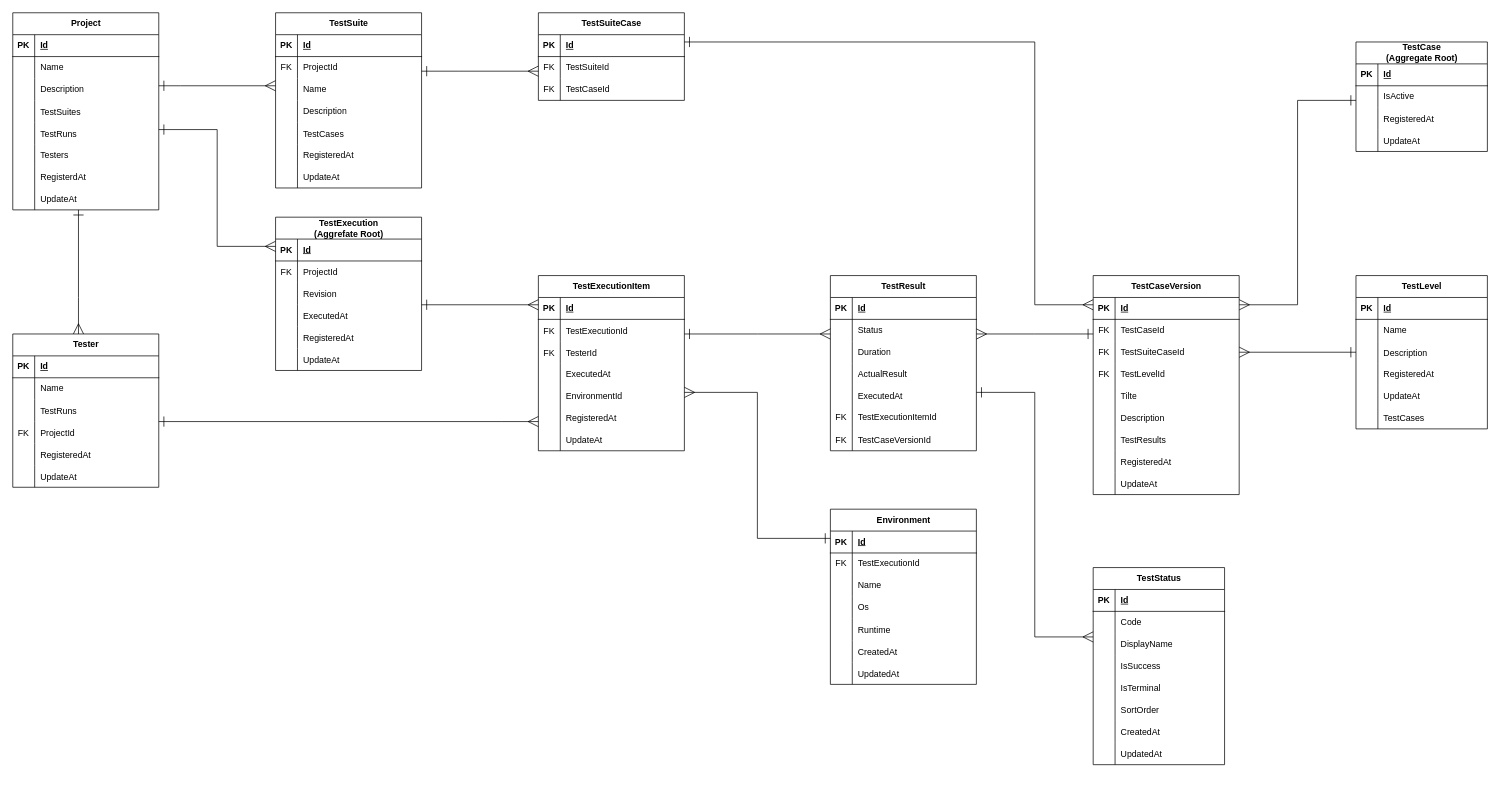
CountrySideEngineer/TestManagement keeps this draw.io diagram as page "テスト結果管理" (1 of 4) of doc/design/ER_diagram.drawio. Above is the earlier version. Source tidied: cells renumbered, new cells numbered last; positions are measured from the earlier drawing's top-left corner, leaving out a move shared by most shapes. Both pictures are drawn from the tidied source at 73%, with x=0, y=0 at pixel (12, 12).
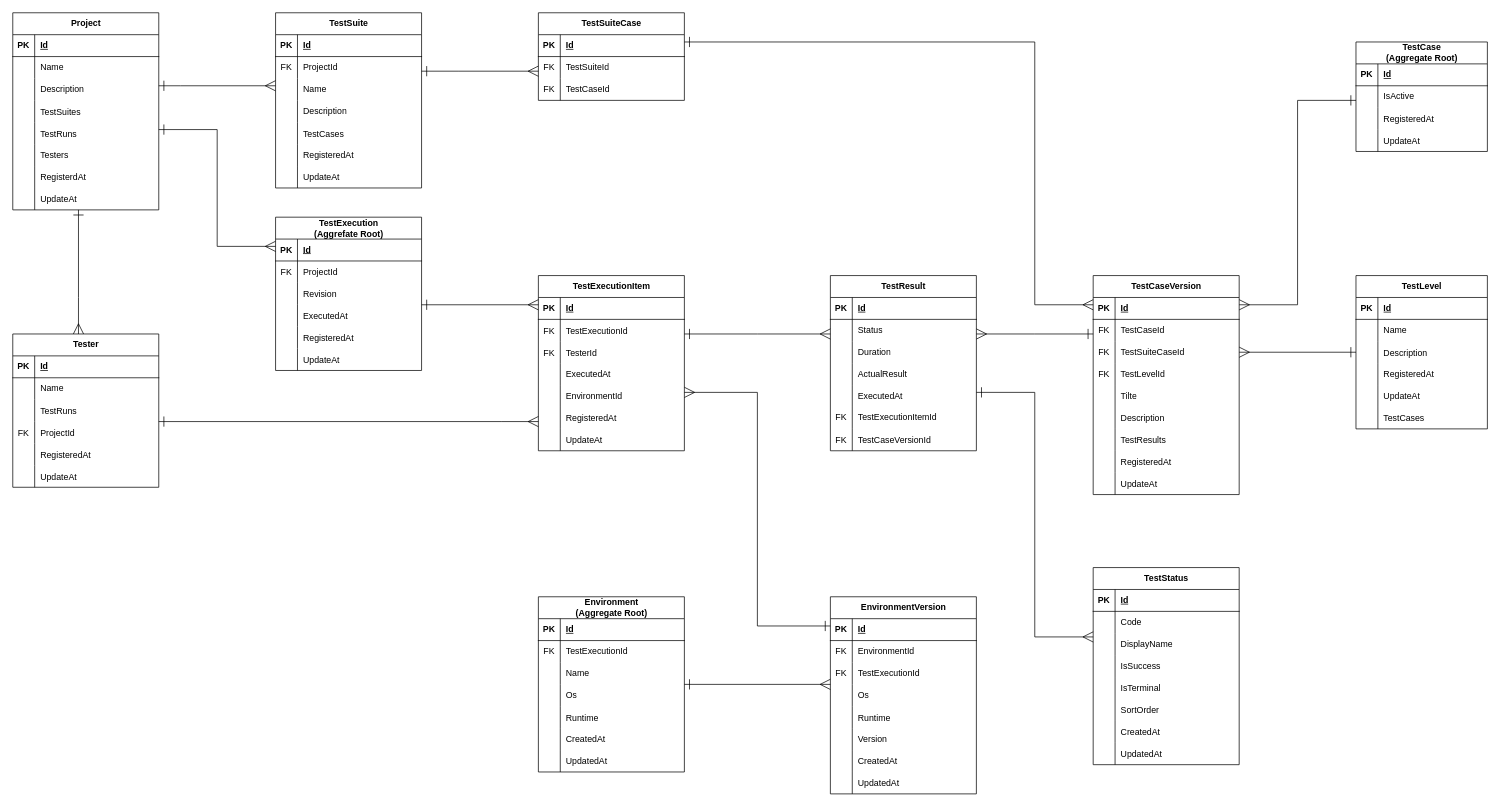
Above is the later version.

The change refers to these unchanged cells:
```xml
<mxCell id="239" value="TestExecutionItem" style="shape=table;startSize=30;childLayout=tableLayout;rowLines=0;fontStyle=1;align=center;html=1;" parent="1" vertex="1">
  <mxGeometry x="720" y="360" width="200" height="240" as="geometry" />
</mxCell>
```

What changed in the source:
```diff
@@
-    <mxCell id="17" style="edgeStyle=orthogonalEdgeStyle;rounded=0;jettySize=auto;html=1;startArrow=ERone;startFill=0;endArrow=ERmany;endFill=0;startSize=12;endSize=12;" parent="1" edge="1" source="216" target="239">
+    <mxCell id="17" style="edgeStyle=orthogonalEdgeStyle;rounded=0;jettySize=auto;html=1;startArrow=ERone;startFill=0;endArrow=ERmany;endFill=0;startSize=12;endSize=12;" parent="1" edge="1" source="262" target="239">
       <mxGeometry relative="1" as="geometry">
         <Array as="points">
-          <mxPoint x="1020" y="720" />
+          <mxPoint x="1020" y="840" />
           <mxPoint x="1020" y="520" />
         </Array>
       </mxGeometry>
     </mxCell>
@@
     <mxCell id="191" value="TestStatus" style="shape=table;startSize=30;childLayout=tableLayout;rowLines=0;fontStyle=1;align=center;html=1;" parent="1" vertex="1">
-      <mxGeometry x="1480" y="760" width="180" height="270" as="geometry" />
+      <mxGeometry x="1480" y="760" width="200" height="270" as="geometry" />
     </mxCell>
     <mxCell id="192" style="shape=tableRow;horizontal=0;startSize=0;swimlaneHead=0;swimlaneBody=0;fillColor=none;top=0;left=0;right=0;bottom=1;" parent="191" vertex="1">
-      <mxGeometry y="30" width="180" height="30" as="geometry" />
+      <mxGeometry y="30" width="200" height="30" as="geometry" />
     </mxCell>
@@
     <mxCell id="194" value="Id" style="shape=partialRectangle;fillColor=none;top=0;left=0;bottom=0;right=0;align=left;spacingLeft=6;fontStyle=5;overflow=hidden;whiteSpace=wrap;html=1;" parent="192" vertex="1">
-      <mxGeometry x="30" width="150" height="30" as="geometry" />
+      <mxGeometry x="30" width="170" height="30" as="geometry" />
     </mxCell>
     <mxCell id="195" style="shape=tableRow;horizontal=0;startSize=0;swimlaneHead=0;swimlaneBody=0;fillColor=none;top=0;left=0;right=0;bottom=0;" parent="191" vertex="1">
-      <mxGeometry y="60" width="180" height="30" as="geometry" />
+      <mxGeometry y="60" width="200" height="30" as="geometry" />
     </mxCell>
@@
     <mxCell id="197" value="Code" style="shape=partialRectangle;fillColor=none;top=0;left=0;bottom=0;right=0;align=left;spacingLeft=6;overflow=hidden;whiteSpace=wrap;html=1;" parent="195" vertex="1">
-      <mxGeometry x="30" width="150" height="30" as="geometry" />
+      <mxGeometry x="30" width="170" height="30" as="geometry" />
     </mxCell>
     <mxCell id="198" style="shape=tableRow;horizontal=0;startSize=0;swimlaneHead=0;swimlaneBody=0;fillColor=none;top=0;left=0;right=0;bottom=0;" parent="191" vertex="1">
-      <mxGeometry y="90" width="180" height="30" as="geometry" />
+      <mxGeometry y="90" width="200" height="30" as="geometry" />
     </mxCell>
@@
     <mxCell id="200" value="DisplayName" style="shape=partialRectangle;fillColor=none;top=0;left=0;bottom=0;right=0;align=left;spacingLeft=6;overflow=hidden;whiteSpace=wrap;html=1;" parent="198" vertex="1">
-      <mxGeometry x="30" width="150" height="30" as="geometry" />
+      <mxGeometry x="30" width="170" height="30" as="geometry" />
     </mxCell>
     <mxCell id="201" style="shape=tableRow;horizontal=0;startSize=0;swimlaneHead=0;swimlaneBody=0;fillColor=none;top=0;left=0;right=0;bottom=0;" parent="191" vertex="1">
-      <mxGeometry y="120" width="180" height="30" as="geometry" />
+      <mxGeometry y="120" width="200" height="30" as="geometry" />
     </mxCell>
@@
     <mxCell id="203" value="IsSuccess" style="shape=partialRectangle;fillColor=none;top=0;left=0;bottom=0;right=0;align=left;spacingLeft=6;overflow=hidden;" parent="201" vertex="1">
-      <mxGeometry x="30" width="150" height="30" as="geometry" />
+      <mxGeometry x="30" width="170" height="30" as="geometry" />
     </mxCell>
     <mxCell id="204" style="shape=tableRow;horizontal=0;startSize=0;swimlaneHead=0;swimlaneBody=0;fillColor=none;top=0;left=0;right=0;bottom=0;" parent="191" vertex="1">
-      <mxGeometry y="150" width="180" height="30" as="geometry" />
+      <mxGeometry y="150" width="200" height="30" as="geometry" />
     </mxCell>
@@
     <mxCell id="206" value="IsTerminal" style="shape=partialRectangle;fillColor=none;top=0;left=0;bottom=0;right=0;align=left;spacingLeft=6;overflow=hidden;" parent="204" vertex="1">
-      <mxGeometry x="30" width="150" height="30" as="geometry" />
+      <mxGeometry x="30" width="170" height="30" as="geometry" />
     </mxCell>
     <mxCell id="207" style="shape=tableRow;horizontal=0;startSize=0;swimlaneHead=0;swimlaneBody=0;fillColor=none;top=0;left=0;right=0;bottom=0;" parent="191" vertex="1">
-      <mxGeometry y="180" width="180" height="30" as="geometry" />
+      <mxGeometry y="180" width="200" height="30" as="geometry" />
     </mxCell>
@@
     <mxCell id="209" value="SortOrder" style="shape=partialRectangle;fillColor=none;top=0;left=0;bottom=0;right=0;align=left;spacingLeft=6;overflow=hidden;" parent="207" vertex="1">
-      <mxGeometry x="30" width="150" height="30" as="geometry" />
+      <mxGeometry x="30" width="170" height="30" as="geometry" />
     </mxCell>
     <mxCell id="210" style="shape=tableRow;horizontal=0;startSize=0;swimlaneHead=0;swimlaneBody=0;fillColor=none;top=0;left=0;right=0;bottom=0;" parent="191" vertex="1">
-      <mxGeometry y="210" width="180" height="30" as="geometry" />
+      <mxGeometry y="210" width="200" height="30" as="geometry" />
     </mxCell>
@@
     <mxCell id="212" value="CreatedAt" style="shape=partialRectangle;fillColor=none;top=0;left=0;bottom=0;right=0;align=left;spacingLeft=6;overflow=hidden;" parent="210" vertex="1">
-      <mxGeometry x="30" width="150" height="30" as="geometry" />
+      <mxGeometry x="30" width="170" height="30" as="geometry" />
     </mxCell>
     <mxCell id="213" style="shape=tableRow;horizontal=0;startSize=0;swimlaneHead=0;swimlaneBody=0;fillColor=none;top=0;left=0;right=0;bottom=0;" parent="191" vertex="1">
-      <mxGeometry y="240" width="180" height="30" as="geometry" />
+      <mxGeometry y="240" width="200" height="30" as="geometry" />
     </mxCell>
@@
     <mxCell id="215" value="UpdatedAt" style="shape=partialRectangle;fillColor=none;top=0;left=0;bottom=0;right=0;align=left;spacingLeft=6;overflow=hidden;" parent="213" vertex="1">
-      <mxGeometry x="30" width="150" height="30" as="geometry" />
+      <mxGeometry x="30" width="170" height="30" as="geometry" />
     </mxCell>
+    <mxCell id="261" style="edgeStyle=orthogonalEdgeStyle;rounded=0;jettySize=auto;html=1;startArrow=ERone;startFill=0;endArrow=ERmany;endFill=0;endSize=12;startSize=12;" parent="1" edge="1" source="216" target="262">
+      <mxGeometry relative="1" as="geometry">
+        <Array as="points">
+          <mxPoint x="1221" y="980" />
+          <mxPoint x="1221" y="980" />
+        </Array>
+      </mxGeometry>
+    </mxCell>
-    <mxCell id="216" value="Environment" style="shape=table;startSize=30;childLayout=tableLayout;rowLines=0;fontStyle=1;align=center;html=1;" parent="1" vertex="1">
-      <mxGeometry x="1120" y="680" width="200" height="240" as="geometry" />
+    <mxCell id="216" value="Environment&lt;div&gt;(Aggregate Root)&lt;/div&gt;" style="shape=table;startSize=30;childLayout=tableLayout;rowLines=0;fontStyle=1;align=center;html=1;" parent="1" vertex="1">
+      <mxGeometry x="720" y="800" width="200" height="240" as="geometry" />
     </mxCell>
@@
+    <mxCell id="262" value="EnvironmentVersion" style="shape=table;startSize=30;childLayout=tableLayout;rowLines=0;fontStyle=1;align=center;html=1;" parent="1" vertex="1">
+      <mxGeometry x="1120" y="800" width="200" height="270" as="geometry" />
+    </mxCell>
+    <mxCell id="263" style="shape=tableRow;horizontal=0;startSize=0;swimlaneHead=0;swimlaneBody=0;fillColor=none;top=0;left=0;right=0;bottom=1;" parent="262" vertex="1">
+      <mxGeometry y="30" width="200" height="30" as="geometry" />
+    </mxCell>
+    <mxCell id="264" value="PK" style="shape=partialRectangle;fillColor=none;top=0;left=0;bottom=0;right=0;fontStyle=1;overflow=hidden;whiteSpace=wrap;html=1;" parent="263" vertex="1">
+      <mxGeometry width="30" height="30" as="geometry" />
+    </mxCell>
+    <mxCell id="265" value="Id" style="shape=partialRectangle;fillColor=none;top=0;left=0;bottom=0;right=0;align=left;spacingLeft=6;fontStyle=5;overflow=hidden;whiteSpace=wrap;html=1;" parent="263" vertex="1">
+      <mxGeometry x="30" width="170" height="30" as="geometry" />
+    </mxCell>
+    <mxCell id="266" style="shape=tableRow;horizontal=0;startSize=0;swimlaneHead=0;swimlaneBody=0;fillColor=none;top=0;left=0;right=0;bottom=0;" parent="262" vertex="1">
+      <mxGeometry y="60" width="200" height="30" as="geometry" />
+    </mxCell>
+    <mxCell id="267" value="FK" style="shape=partialRectangle;fillColor=none;top=0;left=0;bottom=0;right=0;fontStyle=0;overflow=hidden;whiteSpace=wrap;html=1;" parent="266" vertex="1">
+      <mxGeometry width="30" height="30" as="geometry" />
+    </mxCell>
+    <mxCell id="268" value="EnvironmentId" style="shape=partialRectangle;fillColor=none;top=0;left=0;bottom=0;right=0;align=left;spacingLeft=6;fontStyle=0;overflow=hidden;whiteSpace=wrap;html=1;" parent="266" vertex="1">
+      <mxGeometry x="30" width="170" height="30" as="geometry" />
+    </mxCell>
+    <mxCell id="269" style="shape=tableRow;horizontal=0;startSize=0;swimlaneHead=0;swimlaneBody=0;fillColor=none;top=0;left=0;right=0;bottom=0;" parent="262" vertex="1">
+      <mxGeometry y="90" width="200" height="30" as="geometry" />
+    </mxCell>
+    <mxCell id="270" value="FK" style="shape=partialRectangle;fillColor=none;top=0;left=0;bottom=0;right=0;fontStyle=0;overflow=hidden;whiteSpace=wrap;html=1;" parent="269" vertex="1">
+      <mxGeometry width="30" height="30" as="geometry" />
+    </mxCell>
+    <mxCell id="271" value="TestExecutionId" style="shape=partialRectangle;fillColor=none;top=0;left=0;bottom=0;right=0;align=left;spacingLeft=6;fontStyle=0;overflow=hidden;whiteSpace=wrap;html=1;" parent="269" vertex="1">
+      <mxGeometry x="30" width="170" height="30" as="geometry" />
+    </mxCell>
+    <mxCell id="272" style="shape=tableRow;horizontal=0;startSize=0;swimlaneHead=0;swimlaneBody=0;fillColor=none;top=0;left=0;right=0;bottom=0;" parent="262" vertex="1">
+      <mxGeometry y="120" width="200" height="30" as="geometry" />
+    </mxCell>
+    <mxCell id="273" style="shape=partialRectangle;fillColor=none;top=0;left=0;bottom=0;right=0;overflow=hidden;whiteSpace=wrap;html=1;" parent="272" vertex="1">
+      <mxGeometry width="30" height="30" as="geometry" />
+    </mxCell>
+    <mxCell id="274" value="Os" style="shape=partialRectangle;fillColor=none;top=0;left=0;bottom=0;right=0;align=left;spacingLeft=6;overflow=hidden;whiteSpace=wrap;html=1;" parent="272" vertex="1">
+      <mxGeometry x="30" width="170" height="30" as="geometry" />
+    </mxCell>
+    <mxCell id="275" style="shape=tableRow;horizontal=0;startSize=0;swimlaneHead=0;swimlaneBody=0;fillColor=none;top=0;left=0;right=0;bottom=0;" parent="262" vertex="1">
+      <mxGeometry y="150" width="200" height="30" as="geometry" />
+    </mxCell>
+    <mxCell id="276" style="shape=partialRectangle;fillColor=none;top=0;left=0;bottom=0;right=0;overflow=hidden;" parent="275" vertex="1">
+      <mxGeometry width="30" height="30" as="geometry" />
+    </mxCell>
+    <mxCell id="277" value="Runtime" style="shape=partialRectangle;fillColor=none;top=0;left=0;bottom=0;right=0;align=left;spacingLeft=6;overflow=hidden;" parent="275" vertex="1">
+      <mxGeometry x="30" width="170" height="30" as="geometry" />
+    </mxCell>
+    <mxCell id="278" style="shape=tableRow;horizontal=0;startSize=0;swimlaneHead=0;swimlaneBody=0;fillColor=none;top=0;left=0;right=0;bottom=0;" parent="262" vertex="1">
+      <mxGeometry y="180" width="200" height="30" as="geometry" />
+    </mxCell>
+    <mxCell id="279" style="shape=partialRectangle;fillColor=none;top=0;left=0;bottom=0;right=0;overflow=hidden;" parent="278" vertex="1">
+      <mxGeometry width="30" height="30" as="geometry" />
+    </mxCell>
+    <mxCell id="280" value="Version" style="shape=partialRectangle;fillColor=none;top=0;left=0;bottom=0;right=0;align=left;spacingLeft=6;overflow=hidden;" parent="278" vertex="1">
+      <mxGeometry x="30" width="170" height="30" as="geometry" />
+    </mxCell>
+    <mxCell id="281" style="shape=tableRow;horizontal=0;startSize=0;swimlaneHead=0;swimlaneBody=0;fillColor=none;top=0;left=0;right=0;bottom=0;" parent="262" vertex="1">
+      <mxGeometry y="210" width="200" height="30" as="geometry" />
+    </mxCell>
+    <mxCell id="282" style="shape=partialRectangle;fillColor=none;top=0;left=0;bottom=0;right=0;overflow=hidden;" parent="281" vertex="1">
+      <mxGeometry width="30" height="30" as="geometry" />
+    </mxCell>
+    <mxCell id="283" value="CreatedAt" style="shape=partialRectangle;fillColor=none;top=0;left=0;bottom=0;right=0;align=left;spacingLeft=6;overflow=hidden;" parent="281" vertex="1">
+      <mxGeometry x="30" width="170" height="30" as="geometry" />
+    </mxCell>
+    <mxCell id="284" style="shape=tableRow;horizontal=0;startSize=0;swimlaneHead=0;swimlaneBody=0;fillColor=none;top=0;left=0;right=0;bottom=0;" parent="262" vertex="1">
+      <mxGeometry y="240" width="200" height="30" as="geometry" />
+    </mxCell>
+    <mxCell id="285" style="shape=partialRectangle;fillColor=none;top=0;left=0;bottom=0;right=0;overflow=hidden;" parent="284" vertex="1">
+      <mxGeometry width="30" height="30" as="geometry" />
+    </mxCell>
+    <mxCell id="286" value="UpdatedAt" style="shape=partialRectangle;fillColor=none;top=0;left=0;bottom=0;right=0;align=left;spacingLeft=6;overflow=hidden;" parent="284" vertex="1">
+      <mxGeometry x="30" width="170" height="30" as="geometry" />
+    </mxCell>
```
